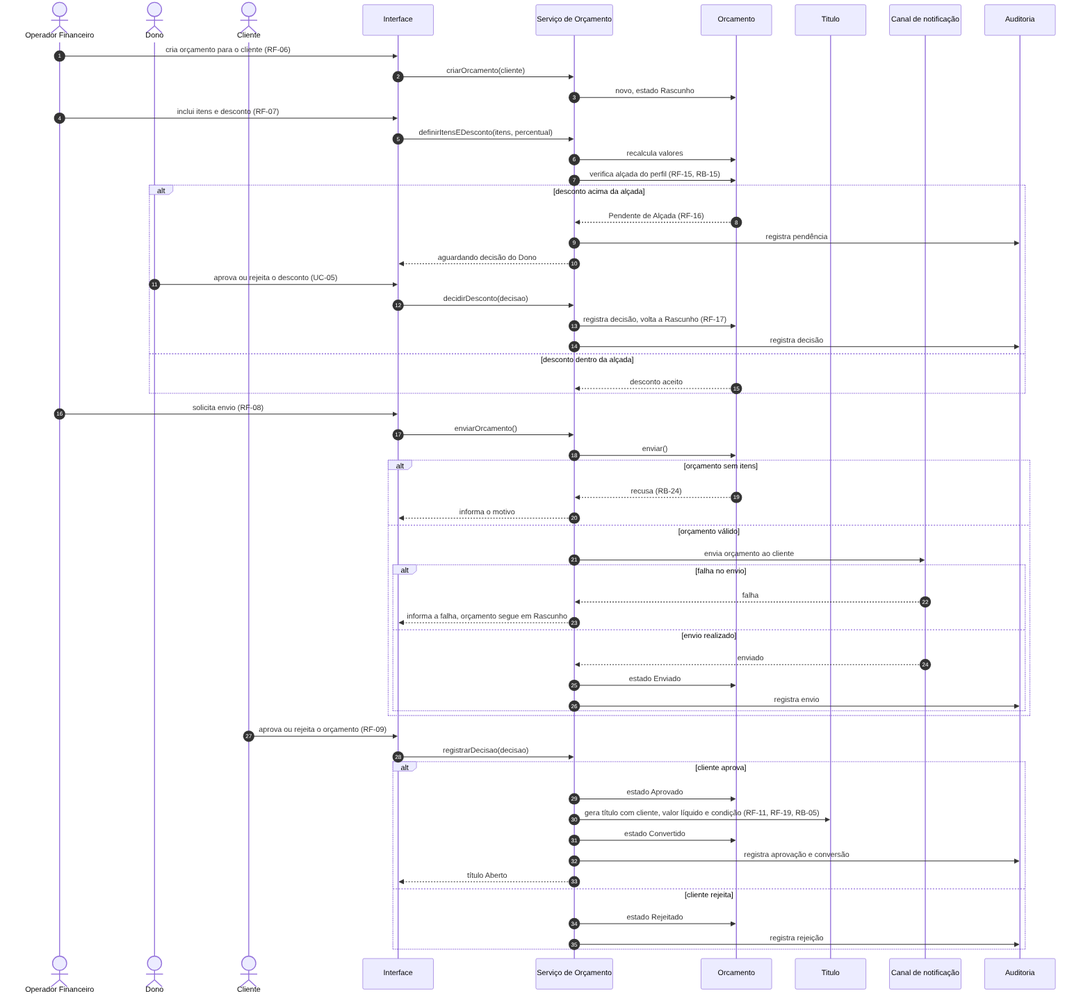
pedroguerra0603/Projeto_RemindMe keeps this Mermaid diagram as docs/uml/seq-UC-04.png. Above is the earlier version. Its source is kept beside it as docs/uml/seq-UC-04.mmd.
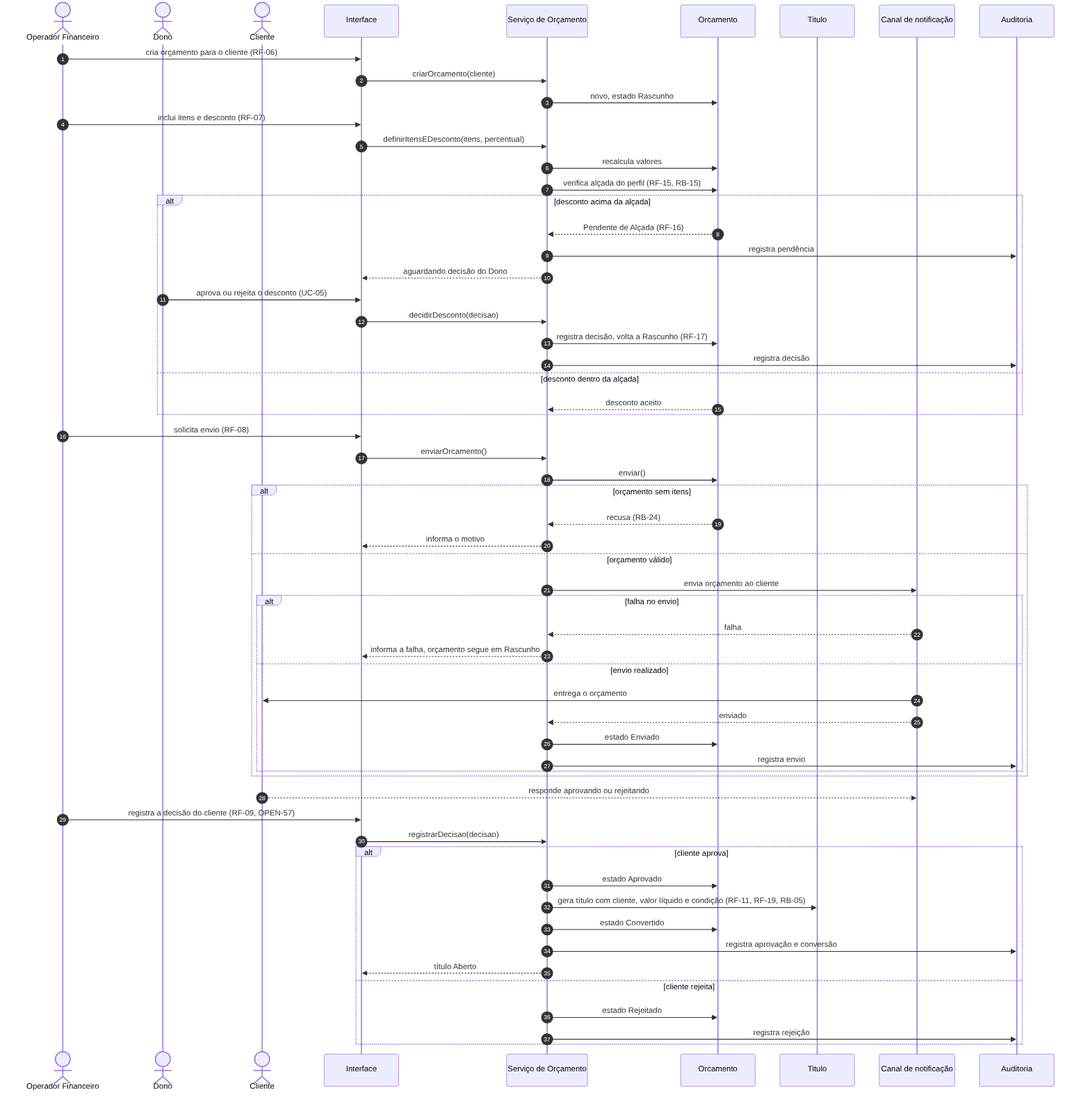
After the change.

Change to the diagram source:
```diff
@@ -43,13 +43,15 @@
             Canal-->>App: falha
             App-->>UI: informa a falha, orçamento segue em Rascunho
         else envio realizado
+            Canal->>Cliente: entrega o orçamento
             Canal-->>App: enviado
             App->>Orc: estado Enviado
             App->>Aud: registra envio
         end
     end
 
-    Cliente->>UI: aprova ou rejeita o orçamento (RF-09)
+    Cliente-->>Canal: responde aprovando ou rejeitando
+    Operador->>UI: registra a decisão do cliente (RF-09, OPEN-57)
     UI->>App: registrarDecisao(decisao)
 
     alt cliente aprova
```
